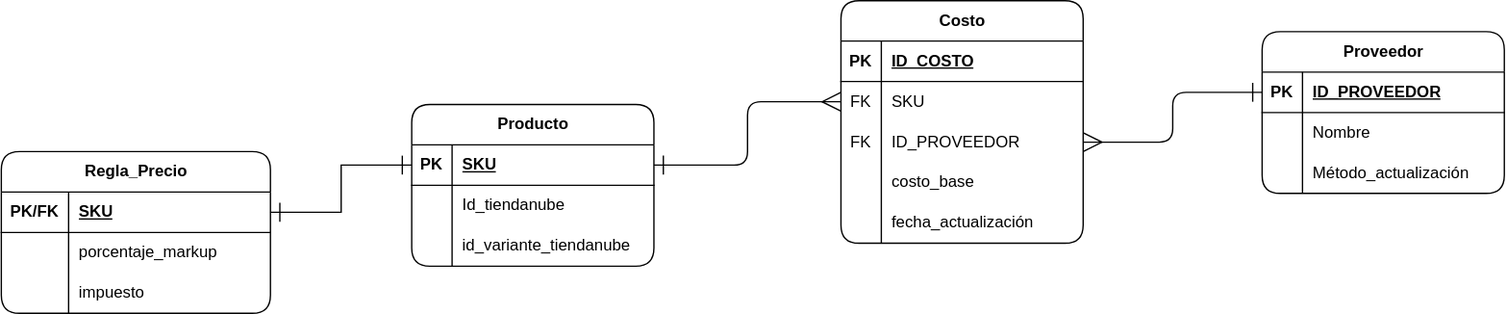
The draw.io diagram docs/der_egolf.svg in patoleonel/Sincronizador-Precios-Proveedores, before a commit. Source tidied: cells renumbered, new cells last; positions are measured from the earlier drawing's top-left corner, leaving out a move shared by most shapes.
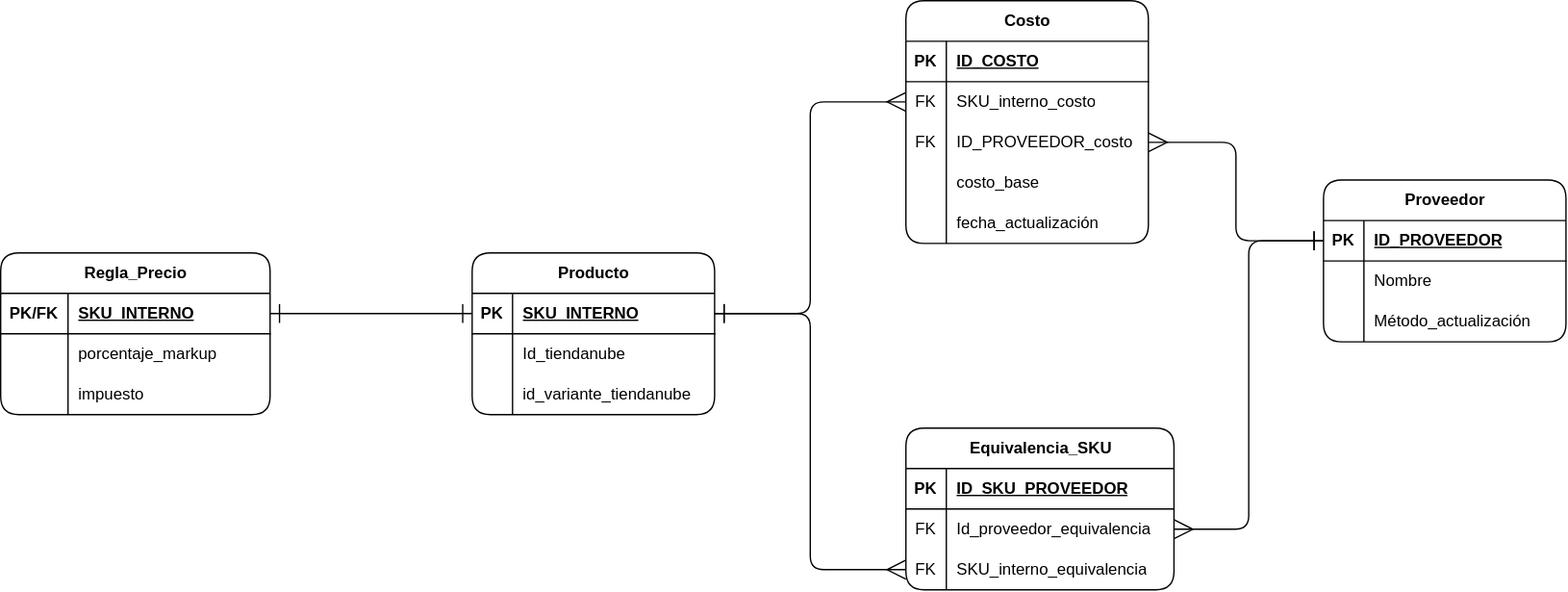
Later version of the same file.

Change to the diagram source:
```diff
@@ -41,7 +41,7 @@
     <mxCell id="14" value="PK" style="shape=partialRectangle;fillColor=none;top=0;left=0;bottom=0;right=0;fontStyle=1;overflow=hidden;whiteSpace=wrap;html=1;labelBackgroundColor=none;rounded=1;" parent="13" vertex="1">
       <mxGeometry width="30" height="30" as="geometry" />
     </mxCell>
-    <mxCell id="15" value="SKU" style="shape=partialRectangle;fillColor=none;top=0;left=0;bottom=0;right=0;align=left;spacingLeft=6;fontStyle=5;overflow=hidden;whiteSpace=wrap;html=1;labelBackgroundColor=none;rounded=1;" parent="13" vertex="1">
+    <mxCell id="15" value="SKU_INTERNO" style="shape=partialRectangle;fillColor=none;top=0;left=0;bottom=0;right=0;align=left;spacingLeft=6;fontStyle=5;overflow=hidden;whiteSpace=wrap;html=1;labelBackgroundColor=none;rounded=1;" parent="13" vertex="1">
       <mxGeometry x="30" width="150" height="30" as="geometry" />
     </mxCell>
     <mxCell id="16" style="shape=tableRow;horizontal=0;startSize=0;swimlaneHead=0;swimlaneBody=0;fillColor=none;top=0;left=0;right=0;bottom=0;labelBackgroundColor=none;rounded=1;" parent="12" vertex="1">
@@ -63,7 +63,7 @@
       <mxGeometry x="30" width="150" height="30" as="geometry" />
     </mxCell>
     <mxCell id="22" value="Costo" style="shape=table;startSize=30;rowLines=0;fontStyle=1;align=center;html=1;labelBackgroundColor=none;rounded=1;" parent="1" vertex="1">
-      <mxGeometry x="624" width="180" height="180" as="geometry" />
+      <mxGeometry x="627" y="-110" width="180" height="180" as="geometry" />
     </mxCell>
     <mxCell id="23" style="shape=tableRow;horizontal=0;startSize=0;swimlaneHead=0;swimlaneBody=0;fillColor=none;top=0;left=0;right=0;bottom=1;labelBackgroundColor=none;rounded=1;" parent="22" vertex="1">
       <mxGeometry y="30" width="180" height="30" as="geometry" />
@@ -80,7 +80,7 @@
     <mxCell id="27" value="FK" style="shape=partialRectangle;fillColor=none;top=0;left=0;bottom=0;right=0;overflow=hidden;whiteSpace=wrap;html=1;labelBackgroundColor=none;rounded=1;" parent="26" vertex="1">
       <mxGeometry width="30" height="30" as="geometry" />
     </mxCell>
-    <mxCell id="28" value="SKU" style="shape=partialRectangle;fillColor=none;top=0;left=0;bottom=0;right=0;align=left;spacingLeft=6;overflow=hidden;whiteSpace=wrap;html=1;labelBackgroundColor=none;rounded=1;" parent="26" vertex="1">
+    <mxCell id="28" value="SKU_interno_costo" style="shape=partialRectangle;fillColor=none;top=0;left=0;bottom=0;right=0;align=left;spacingLeft=6;overflow=hidden;whiteSpace=wrap;html=1;labelBackgroundColor=none;rounded=1;" parent="26" vertex="1">
       <mxGeometry x="30" width="150" height="30" as="geometry" />
     </mxCell>
     <mxCell id="29" style="shape=tableRow;horizontal=0;startSize=0;swimlaneHead=0;swimlaneBody=0;fillColor=none;points=[[0,0.5],[1,0.5]];portConstraint=eastwest;top=0;left=0;right=0;bottom=0;labelBackgroundColor=none;rounded=1;" parent="22" vertex="1">
@@ -89,7 +89,7 @@
     <mxCell id="30" value="FK" style="shape=partialRectangle;fillColor=none;top=0;left=0;bottom=0;right=0;overflow=hidden;whiteSpace=wrap;html=1;labelBackgroundColor=none;rounded=1;" parent="29" vertex="1">
       <mxGeometry width="30" height="30" as="geometry" />
     </mxCell>
-    <mxCell id="31" value="ID_PROVEEDOR" style="shape=partialRectangle;fillColor=none;top=0;left=0;bottom=0;right=0;align=left;spacingLeft=6;overflow=hidden;whiteSpace=wrap;html=1;labelBackgroundColor=none;rounded=1;" parent="29" vertex="1">
+    <mxCell id="31" value="ID_PROVEEDOR_costo" style="shape=partialRectangle;fillColor=none;top=0;left=0;bottom=0;right=0;align=left;spacingLeft=6;overflow=hidden;whiteSpace=wrap;html=1;labelBackgroundColor=none;rounded=1;" parent="29" vertex="1">
       <mxGeometry x="30" width="150" height="30" as="geometry" />
     </mxCell>
     <mxCell id="32" style="shape=tableRow;horizontal=0;startSize=0;swimlaneHead=0;swimlaneBody=0;fillColor=none;top=0;left=0;right=0;bottom=0;labelBackgroundColor=none;rounded=1;" parent="22" vertex="1">
@@ -111,7 +111,7 @@
       <mxGeometry x="30" width="150" height="30" as="geometry" />
     </mxCell>
     <mxCell id="38" value="Regla_Precio" style="shape=table;startSize=30;rowLines=0;fontStyle=1;align=center;html=1;labelBackgroundColor=none;rounded=1;" parent="1" vertex="1">
-      <mxGeometry y="112" width="200" height="120" as="geometry" />
+      <mxGeometry x="-45" y="77" width="200" height="120" as="geometry" />
     </mxCell>
     <mxCell id="39" style="shape=tableRow;horizontal=0;startSize=0;swimlaneHead=0;swimlaneBody=0;fillColor=none;points=[[0,0.5],[1,0.5]];portConstraint=eastwest;top=0;left=0;right=0;bottom=1;labelBackgroundColor=none;rounded=1;" parent="38" vertex="1">
       <mxGeometry y="30" width="200" height="30" as="geometry" />
@@ -119,7 +119,7 @@
     <mxCell id="40" value="PK/FK" style="shape=partialRectangle;fillColor=none;top=0;left=0;bottom=0;right=0;fontStyle=1;overflow=hidden;whiteSpace=wrap;html=1;labelBackgroundColor=none;rounded=1;" parent="39" vertex="1">
       <mxGeometry width="50" height="30" as="geometry" />
     </mxCell>
-    <mxCell id="41" value="SKU" style="shape=partialRectangle;fillColor=none;top=0;left=0;bottom=0;right=0;align=left;spacingLeft=6;fontStyle=5;overflow=hidden;whiteSpace=wrap;html=1;labelBackgroundColor=none;rounded=1;" parent="39" vertex="1">
+    <mxCell id="41" value="SKU_INTERNO" style="shape=partialRectangle;fillColor=none;top=0;left=0;bottom=0;right=0;align=left;spacingLeft=6;fontStyle=5;overflow=hidden;whiteSpace=wrap;html=1;labelBackgroundColor=none;rounded=1;" parent="39" vertex="1">
       <mxGeometry x="50" width="150" height="30" as="geometry" />
     </mxCell>
     <mxCell id="42" style="shape=tableRow;horizontal=0;startSize=0;swimlaneHead=0;swimlaneBody=0;fillColor=none;top=0;left=0;right=0;bottom=0;labelBackgroundColor=none;rounded=1;" parent="38" vertex="1">
@@ -149,5 +149,41 @@
     <mxCell id="50" style="edgeStyle=orthogonalEdgeStyle;rounded=0;jettySize=auto;html=1;startArrow=ERone;startFill=0;endArrow=ERone;endFill=0;startSize=12;endSize=12;" parent="1" edge="1" source="39" target="13">
       <mxGeometry relative="1" as="geometry" />
     </mxCell>
+    <mxCell id="51" value="Equivalencia_SKU" style="shape=table;startSize=30;rowLines=0;fontStyle=1;align=center;html=1;labelBackgroundColor=none;rounded=1;" parent="1" vertex="1">
+      <mxGeometry x="627" y="207" width="199" height="120" as="geometry" />
+    </mxCell>
+    <mxCell id="52" style="shape=tableRow;horizontal=0;startSize=0;swimlaneHead=0;swimlaneBody=0;fillColor=none;top=0;left=0;right=0;bottom=1;labelBackgroundColor=none;rounded=1;" parent="51" vertex="1">
+      <mxGeometry y="30" width="199" height="30" as="geometry" />
+    </mxCell>
+    <mxCell id="53" value="PK" style="shape=partialRectangle;fillColor=none;top=0;left=0;bottom=0;right=0;fontStyle=1;overflow=hidden;whiteSpace=wrap;html=1;labelBackgroundColor=none;rounded=1;" parent="52" vertex="1">
+      <mxGeometry width="30" height="30" as="geometry" />
+    </mxCell>
+    <mxCell id="54" value="ID_SKU_PROVEEDOR" style="shape=partialRectangle;fillColor=none;top=0;left=0;bottom=0;right=0;align=left;spacingLeft=6;fontStyle=5;overflow=hidden;whiteSpace=wrap;html=1;labelBackgroundColor=none;rounded=1;" parent="52" vertex="1">
+      <mxGeometry x="30" width="169" height="30" as="geometry" />
+    </mxCell>
+    <mxCell id="55" style="shape=tableRow;horizontal=0;startSize=0;swimlaneHead=0;swimlaneBody=0;fillColor=none;points=[[0,0.5],[1,0.5]];portConstraint=eastwest;top=0;left=0;right=0;bottom=0;labelBackgroundColor=none;rounded=1;" parent="51" vertex="1">
+      <mxGeometry y="60" width="199" height="30" as="geometry" />
+    </mxCell>
+    <mxCell id="56" value="FK" style="shape=partialRectangle;fillColor=none;top=0;left=0;bottom=0;right=0;overflow=hidden;whiteSpace=wrap;html=1;labelBackgroundColor=none;rounded=1;" parent="55" vertex="1">
+      <mxGeometry width="30" height="30" as="geometry" />
+    </mxCell>
+    <mxCell id="57" value="Id_proveedor_equivalencia" style="shape=partialRectangle;fillColor=none;top=0;left=0;bottom=0;right=0;align=left;spacingLeft=6;overflow=hidden;whiteSpace=wrap;html=1;labelBackgroundColor=none;rounded=1;" parent="55" vertex="1">
+      <mxGeometry x="30" width="169" height="30" as="geometry" />
+    </mxCell>
+    <mxCell id="58" style="shape=tableRow;horizontal=0;startSize=0;swimlaneHead=0;swimlaneBody=0;fillColor=none;points=[[0,0.5],[1,0.5]];portConstraint=eastwest;top=0;left=0;right=0;bottom=0;labelBackgroundColor=none;rounded=1;" parent="51" vertex="1">
+      <mxGeometry y="90" width="199" height="30" as="geometry" />
+    </mxCell>
+    <mxCell id="59" value="FK" style="shape=partialRectangle;fillColor=none;top=0;left=0;bottom=0;right=0;overflow=hidden;whiteSpace=wrap;html=1;labelBackgroundColor=none;rounded=1;" parent="58" vertex="1">
+      <mxGeometry width="30" height="30" as="geometry" />
+    </mxCell>
+    <mxCell id="60" value="SKU_interno_equivalencia" style="shape=partialRectangle;fillColor=none;top=0;left=0;bottom=0;right=0;align=left;spacingLeft=6;overflow=hidden;whiteSpace=wrap;html=1;labelBackgroundColor=none;rounded=1;" parent="58" vertex="1">
+      <mxGeometry x="30" width="169" height="30" as="geometry" />
+    </mxCell>
+    <mxCell id="61" style="edgeStyle=orthogonalEdgeStyle;rounded=1;jettySize=auto;html=1;exitX=0;exitY=0.5;exitDx=0;exitDy=0;startArrow=ERone;startFill=0;endArrow=ERmany;endFill=0;startSize=12;endSize=12;curved=0;" parent="1" edge="1" source="3" target="55">
+      <mxGeometry relative="1" as="geometry" />
+    </mxCell>
+    <mxCell id="62" style="edgeStyle=orthogonalEdgeStyle;rounded=1;jettySize=auto;html=1;exitX=1;exitY=0.5;exitDx=0;exitDy=0;endArrow=ERmany;endFill=0;startArrow=ERone;startFill=0;startSize=12;endSize=12;curved=0;" parent="1" edge="1" source="13" target="58">
+      <mxGeometry relative="1" as="geometry" />
+    </mxCell>
   </root>
 </mxGraphModel>
```
